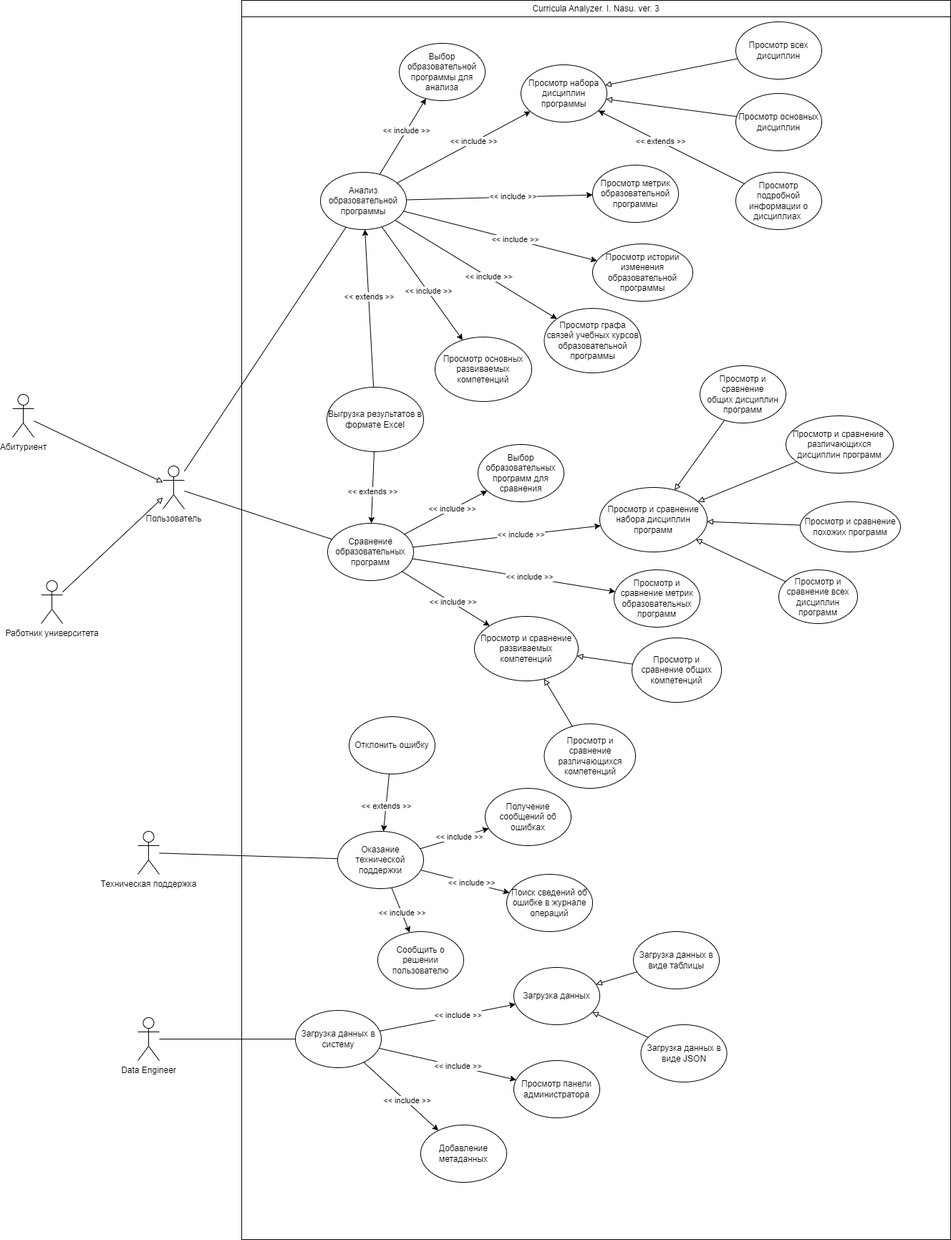
yunas-x/Diploma keeps this draw.io diagram as docs/HW 1/SSAD.png. Above is the earlier version. Source tidied: cells renumbered, new cells last; positions are measured from the earlier drawing's top-left corner, leaving out a move shared by most shapes.
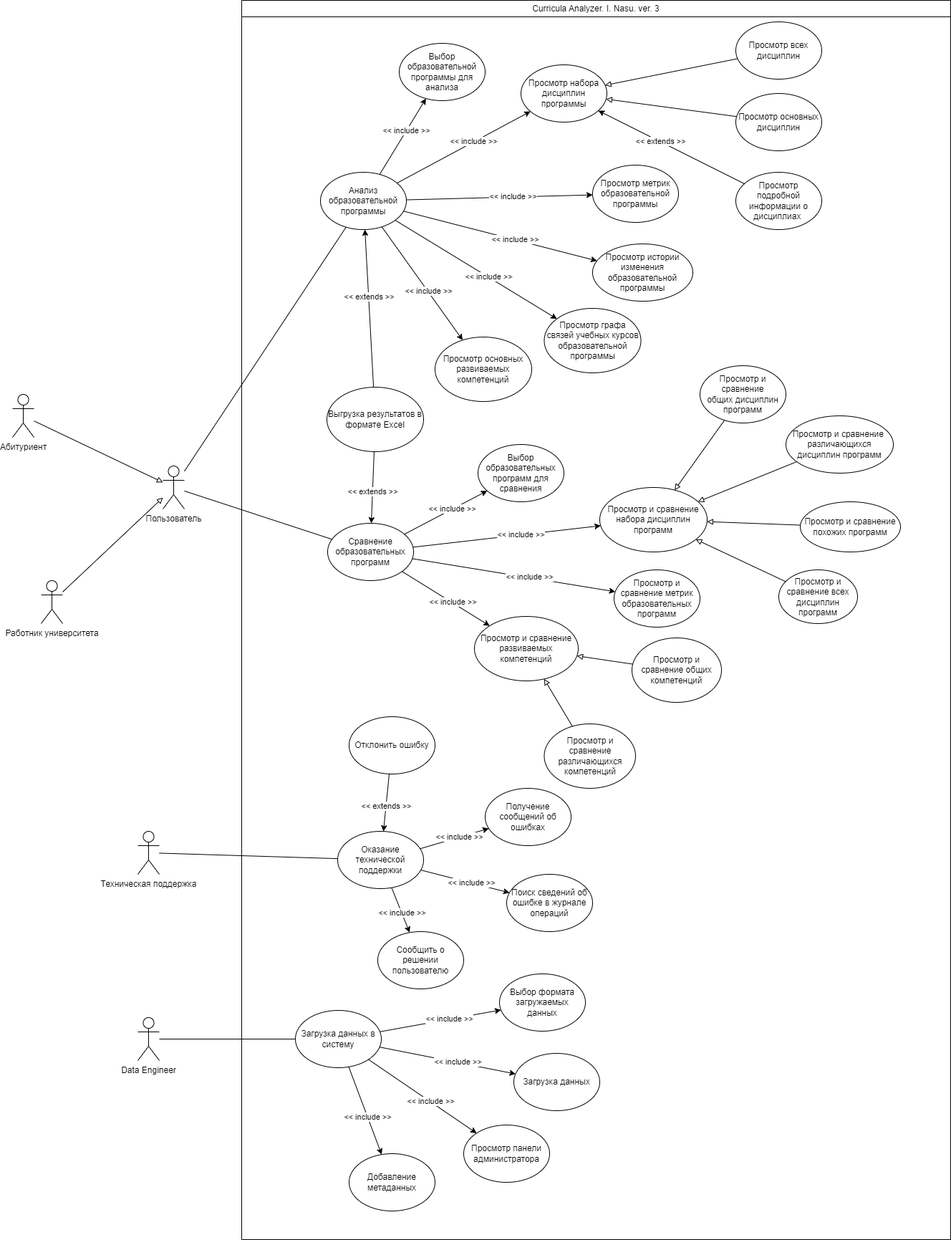
Later version of the same file.

What changed in the source:
```diff
@@ -193,7 +193,7 @@
       <mxGeometry relative="1" as="geometry" />
     </mxCell>
     <mxCell id="58" value="Загрузка данных" style="ellipse;whiteSpace=wrap;html=1;" parent="2" vertex="1">
-      <mxGeometry x="380" y="1350" width="120" height="80" as="geometry" />
+      <mxGeometry x="380" y="1470" width="120" height="80" as="geometry" />
     </mxCell>
     <mxCell id="59" value="С" style="rounded=0;jettySize=auto;html=1;" parent="2" edge="1" source="13" target="58">
       <mxGeometry relative="1" as="geometry" />
@@ -269,7 +269,7 @@
       </mxGeometry>
     </mxCell>
     <mxCell id="78" value="Просмотр панели администратора" style="ellipse;whiteSpace=wrap;html=1;" parent="2" vertex="1">
-      <mxGeometry x="380" y="1480" width="120" height="80" as="geometry" />
+      <mxGeometry x="310" y="1570" width="120" height="80" as="geometry" />
     </mxCell>
     <mxCell id="79" style="rounded=0;jettySize=auto;html=1;" parent="2" edge="1" source="13" target="81">
       <mxGeometry relative="1" as="geometry" />
@@ -280,7 +280,7 @@
       </mxGeometry>
     </mxCell>
     <mxCell id="81" value="Добавление метаданных" style="ellipse;whiteSpace=wrap;html=1;" parent="2" vertex="1">
-      <mxGeometry x="250" y="1570" width="120" height="80" as="geometry" />
+      <mxGeometry x="150" y="1610" width="120" height="80" as="geometry" />
     </mxCell>
     <mxCell id="82" style="rounded=0;jettySize=auto;html=1;" parent="2" edge="1" source="13" target="78">
       <mxGeometry relative="1" as="geometry" />
@@ -290,18 +290,17 @@
         <mxPoint y="-1" as="offset" />
       </mxGeometry>
     </mxCell>
-    <mxCell id="84" value="Загрузка данных в виде таблицы" style="ellipse;whiteSpace=wrap;html=1;" parent="2" vertex="1">
-      <mxGeometry x="547" y="1300" width="120" height="80" as="geometry" />
-    </mxCell>
-    <mxCell id="85" value="Загрузка данных в виде JSON" style="ellipse;whiteSpace=wrap;html=1;" parent="2" vertex="1">
-      <mxGeometry x="557.5" y="1430" width="120" height="80" as="geometry" />
-    </mxCell>
-    <mxCell id="86" style="rounded=0;jettySize=auto;html=1;endArrow=block;endFill=0;" parent="2" edge="1" source="84" target="58">
-      <mxGeometry relative="1" as="geometry" />
-    </mxCell>
-    <mxCell id="87" style="rounded=0;jettySize=auto;html=1;endArrow=block;endFill=0;" parent="2" edge="1" source="85" target="58">
-      <mxGeometry relative="1" as="geometry" />
-    </mxCell>
+    <mxCell id="97" value="Выбор формата загружаемых данных" style="ellipse;whiteSpace=wrap;html=1;" parent="2" vertex="1">
+      <mxGeometry x="360" y="1359" width="120" height="80" as="geometry" />
+    </mxCell>
+    <mxCell id="98" value="С" style="rounded=0;jettySize=auto;html=1;" parent="2" edge="1" source="13" target="97">
+      <mxGeometry relative="1" as="geometry" />
+    </mxCell>
+    <mxCell id="99" value="&amp;lt;&amp;lt; include &amp;gt;&amp;gt;" style="edgeLabel;html=1;align=center;verticalAlign=middle;" parent="98" vertex="1">
+      <mxGeometry x="0.15" relative="1" as="geometry">
+        <mxPoint y="-1" as="offset" />
+      </mxGeometry>
+    </mxCell>
     <mxCell id="88" style="rounded=0;jettySize=auto;html=1;endArrow=none;endFill=0;" parent="1" edge="1" source="89" target="5">
       <mxGeometry relative="1" as="geometry" />
     </mxCell>
```
